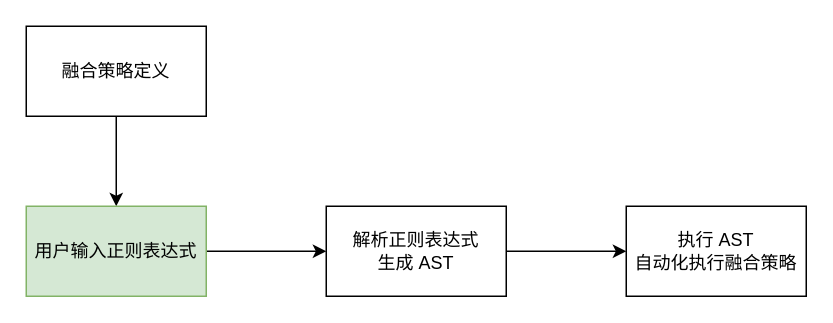
This is 正则表达式图1-模块依赖关系.drawio from jiahy0825/draw.io, a draw.io file, before an edit. Source tidied: cells renumbered, new cells numbered last; positions are measured from the earlier drawing's top-left corner, leaving out a move shared by most shapes. Both pictures are drawn from the tidied source at 150%, with x=0, y=0 at pixel (26, 26).
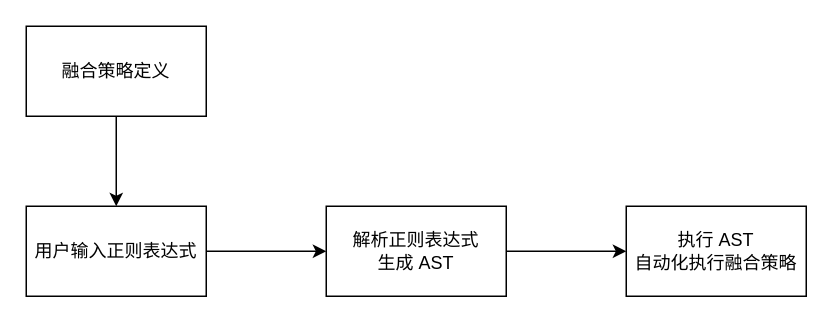
Above is the later version.

Commit message:
更新正则表达式图1-模块依赖关系.drawio

What changed in the source:
```diff
@@
 <mxGraphModel>
   <root>
     <mxCell id="0" />
     <mxCell id="1" parent="0" />
     <mxCell id="2" style="edgeStyle=orthogonalEdgeStyle;rounded=0;jettySize=auto;html=1;" parent="1" edge="1" source="3" target="5">
       <mxGeometry relative="1" as="geometry" />
     </mxCell>
     <mxCell id="3" value="融合策略定义" style="rounded=0;whiteSpace=wrap;html=1;" parent="1" vertex="1">
       <mxGeometry width="120" height="60" as="geometry" />
     </mxCell>
     <mxCell id="4" style="edgeStyle=orthogonalEdgeStyle;rounded=0;jettySize=auto;html=1;" parent="1" edge="1" source="5" target="7">
       <mxGeometry relative="1" as="geometry" />
     </mxCell>
-    <mxCell id="5" value="用户输入正则表达式" style="whiteSpace=wrap;html=1;rounded=0;fillColor=#d5e8d4;strokeColor=#82b366;" parent="1" vertex="1">
+    <mxCell id="5" value="用户输入正则表达式" style="whiteSpace=wrap;html=1;rounded=0;" parent="1" vertex="1">
       <mxGeometry y="120" width="120" height="60" as="geometry" />
     </mxCell>
     <mxCell id="6" style="edgeStyle=orthogonalEdgeStyle;rounded=0;jettySize=auto;html=1;" parent="1" edge="1" source="7" target="8">
       <mxGeometry relative="1" as="geometry" />
     </mxCell>
     <mxCell id="7" value="解析正则表达式&lt;br&gt;生成 AST" style="whiteSpace=wrap;html=1;rounded=0;" parent="1" vertex="1">
       <mxGeometry x="200" y="120" width="120" height="60" as="geometry" />
     </mxCell>
     <mxCell id="8" value="执行 AST&lt;br&gt;自动化执行融合策略" style="whiteSpace=wrap;html=1;rounded=0;" parent="1" vertex="1">
       <mxGeometry x="400" y="120" width="120" height="60" as="geometry" />
     </mxCell>
   </root>
 </mxGraphModel>
```
